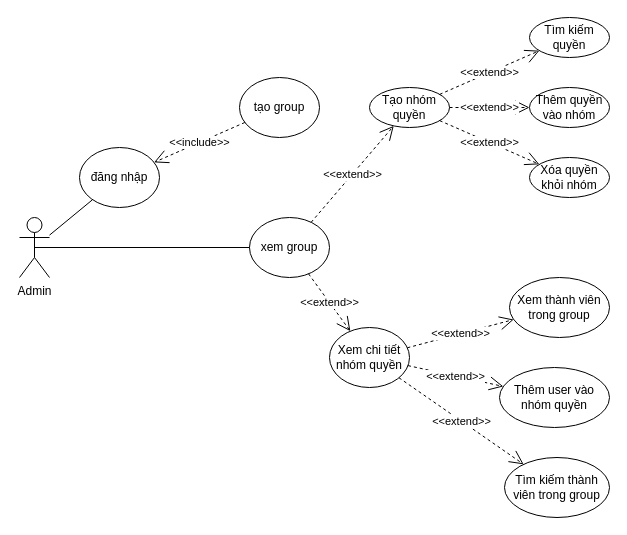
Above: BlogProject/BlogProject/PhanQuyenusecase.drawio in TranThanhHoang123/Blog (draw.io), before the change. Source tidied: cells renumbered, new cells numbered last; positions are measured from the earlier drawing's top-left corner, leaving out a move shared by most shapes. Both pictures are drawn from the tidied source at 100%, with x=0, y=0 at pixel (19, 17).
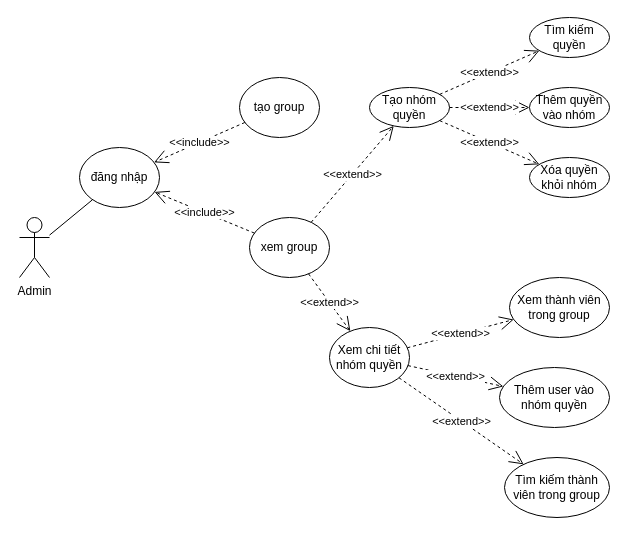
The same diagram, later.

Unchanged cells that the change refers to:
```xml
<mxCell id="2" value="Admin" style="shape=umlActor;verticalLabelPosition=bottom;verticalAlign=top;html=1;outlineConnect=0;" parent="1" vertex="1">
  <mxGeometry y="200" width="30" height="60" as="geometry" />
</mxCell>
<mxCell id="14" value="xem group" style="ellipse;whiteSpace=wrap;html=1;" parent="1" vertex="1">
  <mxGeometry x="230" y="200" width="80" height="60" as="geometry" />
</mxCell>
<mxCell id="24" value="đăng nhập" style="ellipse;whiteSpace=wrap;html=1;" parent="1" vertex="1">
  <mxGeometry x="60" y="130" width="80" height="60" as="geometry" />
</mxCell>
```

What changed in the source:
```diff
@@
-    <mxCell id="5" style="endArrow=none;html=1;rounded=0;" parent="1" edge="1" source="2">
-      <mxGeometry relative="1" as="geometry">
-        <mxPoint x="70" y="230" as="targetPoint" />
-      </mxGeometry>
-    </mxCell>
@@
-    <mxCell id="21" style="endArrow=none;html=1;rounded=0;exitX=0.5;exitY=0.5;exitDx=0;exitDy=0;exitPerimeter=0;" parent="1" edge="1" source="2" target="14">
-      <mxGeometry relative="1" as="geometry" />
-    </mxCell>
@@
+    <mxCell id="26" value="&amp;lt;&amp;lt;include&amp;gt;&amp;gt;" style="endArrow=open;endSize=12;dashed=1;html=1;rounded=0;strokeColor=default;align=center;verticalAlign=middle;fontFamily=Helvetica;fontSize=11;fontColor=default;labelBackgroundColor=default;edgeStyle=none;" parent="1" edge="1" source="14" target="24">
+      <mxGeometry relative="1" as="geometry" />
+    </mxCell>
```
